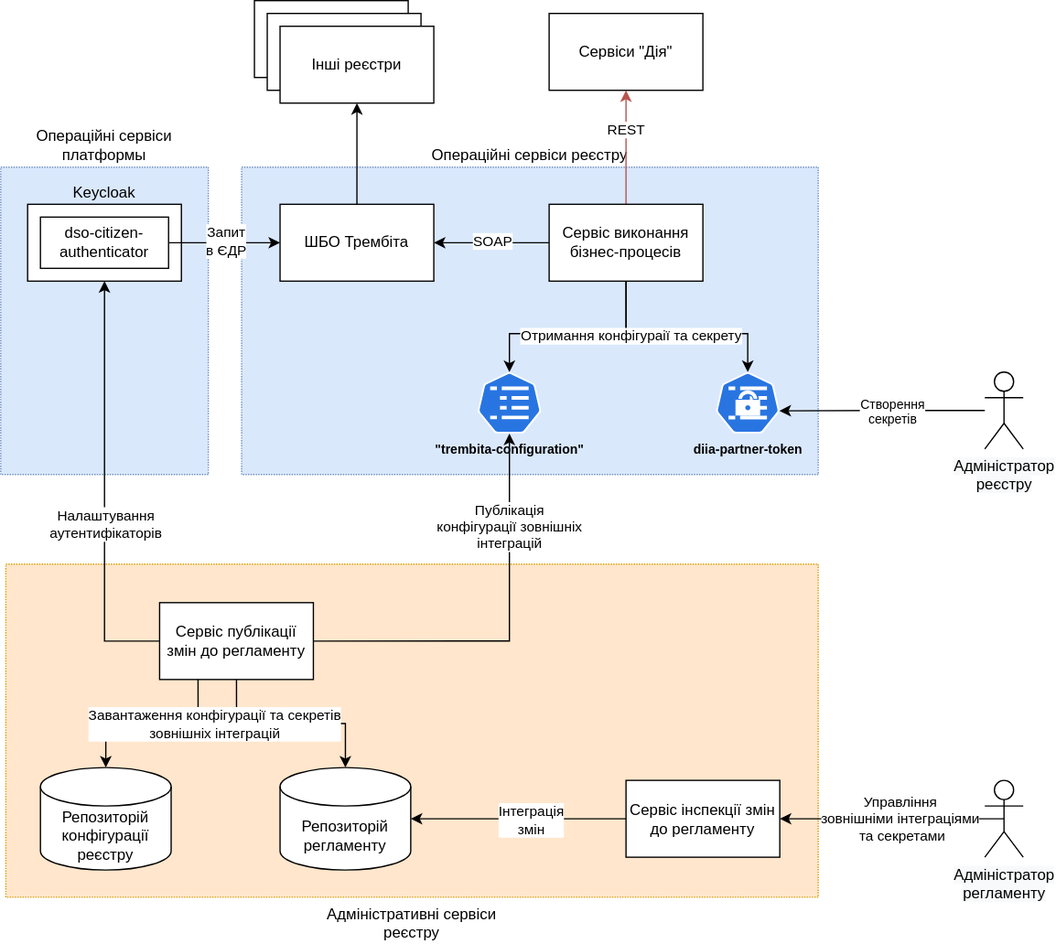
Earlier version of the draw.io export modules/tech/images/lowcode/registry-ext-systems-secrets-baseline.svg (epam/edp-ddm-architecture). Source tidied: cells renumbered, new cells last; positions are measured from the earlier drawing's top-left corner, leaving out a move shared by most shapes.
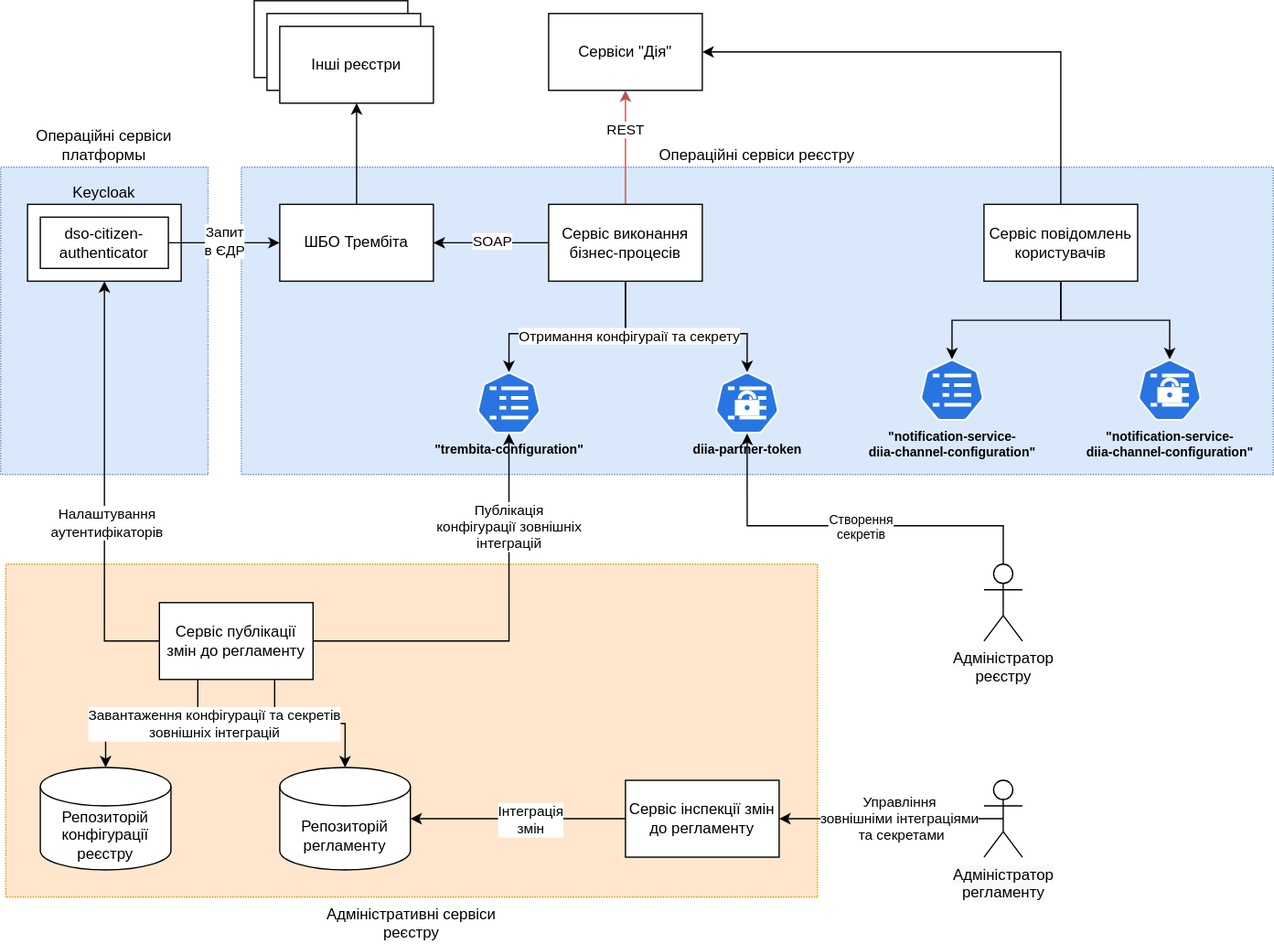
Above is the later version.

Commit message:
[MDTUDDM-4726] Managing registry external systems configuration and secrets

Change to the diagram source:
```diff
@@ -3,7 +3,7 @@
     <mxCell id="0" />
     <mxCell id="1" parent="0" />
     <mxCell id="2" value="Операційні сервіси реєстру" style="rounded=0;whiteSpace=wrap;html=1;dashed=1;labelPosition=center;verticalLabelPosition=top;align=center;verticalAlign=bottom;dashPattern=1 1;fillColor=#dae8fc;strokeColor=#6c8ebf;" parent="1" vertex="1">
-      <mxGeometry x="188" y="130" width="450" height="240" as="geometry" />
+      <mxGeometry x="188" y="130" width="806" height="240" as="geometry" />
     </mxCell>
     <mxCell id="3" style="edgeStyle=orthogonalEdgeStyle;rounded=0;jettySize=auto;html=1;entryX=0.5;entryY=0;entryDx=0;entryDy=0;entryPerimeter=0;exitX=0.5;exitY=1;exitDx=0;exitDy=0;" parent="1" edge="1" source="10" target="25">
       <mxGeometry relative="1" as="geometry">
@@ -48,7 +48,7 @@
     <mxCell id="11" value="&lt;span style=&quot;text-align: left;&quot;&gt;Адміністративні сервіси &lt;br&gt;реєстру&lt;/span&gt;" style="rounded=0;whiteSpace=wrap;html=1;dashed=1;labelPosition=center;verticalLabelPosition=bottom;align=center;verticalAlign=top;dashPattern=1 1;fillColor=#ffe6cc;strokeColor=#d79b00;" parent="1" vertex="1">
       <mxGeometry x="4" y="440" width="634" height="260" as="geometry" />
     </mxCell>
-    <mxCell id="12" style="edgeStyle=orthogonalEdgeStyle;rounded=0;jettySize=auto;html=1;entryX=0.5;entryY=0;entryDx=0;entryDy=0;entryPerimeter=0;exitX=0.5;exitY=1;exitDx=0;exitDy=0;" parent="1" edge="1" source="17" target="18">
+    <mxCell id="12" style="edgeStyle=orthogonalEdgeStyle;rounded=0;jettySize=auto;html=1;entryX=0.5;entryY=0;entryDx=0;entryDy=0;entryPerimeter=0;exitX=0.75;exitY=1;exitDx=0;exitDy=0;" parent="1" edge="1" source="17" target="18">
       <mxGeometry relative="1" as="geometry" />
     </mxCell>
     <mxCell id="13" style="edgeStyle=orthogonalEdgeStyle;rounded=0;jettySize=auto;html=1;entryX=0.5;entryY=0;entryDx=0;entryDy=0;entryPerimeter=0;exitX=0.25;exitY=1;exitDx=0;exitDy=0;" parent="1" edge="1" source="17" target="42">
@@ -120,8 +120,13 @@
     <mxCell id="33" value="&lt;b style=&quot;font-size: 10px;&quot;&gt;diia-partner-token&lt;/b&gt;" style="sketch=0;html=1;dashed=0;whitespace=wrap;fillColor=#2875E2;strokeColor=#ffffff;points=[[0.005,0.63,0],[0.1,0.2,0],[0.9,0.2,0],[0.5,0,0],[0.995,0.63,0],[0.72,0.99,0],[0.5,1,0],[0.28,0.99,0]];shape=mxgraph.kubernetes.icon;prIcon=secret;labelPosition=center;verticalLabelPosition=bottom;align=center;verticalAlign=top;fontSize=10;" parent="1" vertex="1">
       <mxGeometry x="558" y="290" width="50" height="48" as="geometry" />
     </mxCell>
-    <mxCell id="34" style="edgeStyle=orthogonalEdgeStyle;rounded=0;jettySize=auto;html=1;entryX=0.995;entryY=0.63;entryDx=0;entryDy=0;entryPerimeter=0;fontSize=10;" parent="1" edge="1" source="36" target="33">
-      <mxGeometry relative="1" as="geometry" />
+    <mxCell id="34" style="edgeStyle=orthogonalEdgeStyle;rounded=0;jettySize=auto;html=1;entryX=0.5;entryY=1;entryDx=0;entryDy=0;entryPerimeter=0;fontSize=10;" parent="1" edge="1" source="36" target="33">
+      <mxGeometry relative="1" as="geometry">
+        <Array as="points">
+          <mxPoint x="783" y="410" />
+          <mxPoint x="583" y="410" />
+        </Array>
+      </mxGeometry>
     </mxCell>
     <mxCell id="35" value="Створення &lt;br&gt;секретів" style="edgeLabel;html=1;align=center;verticalAlign=middle;fontSize=10;" parent="34" vertex="1">
       <mxGeometry x="-0.02" y="2" relative="1" as="geometry">
@@ -129,7 +134,7 @@
       </mxGeometry>
     </mxCell>
     <mxCell id="36" value="&lt;span style=&quot;background-color: rgb(248, 249, 250);&quot;&gt;Адміністратор&lt;/span&gt;&lt;br style=&quot;background-color: rgb(248, 249, 250);&quot;&gt;&lt;span style=&quot;background-color: rgb(248, 249, 250);&quot;&gt;реєстру&lt;/span&gt;" style="shape=umlActor;verticalLabelPosition=bottom;verticalAlign=top;html=1;outlineConnect=0;labelBackgroundColor=default;fontColor=default;" parent="1" vertex="1">
-      <mxGeometry x="768" y="290" width="30" height="60" as="geometry" />
+      <mxGeometry x="768" y="440" width="30" height="60" as="geometry" />
     </mxCell>
     <mxCell id="37" value="Операційні сервіси платформы" style="rounded=0;whiteSpace=wrap;html=1;dashed=1;labelPosition=center;verticalLabelPosition=top;align=center;verticalAlign=bottom;dashPattern=1 1;fillColor=#dae8fc;strokeColor=#6c8ebf;" parent="1" vertex="1">
       <mxGeometry y="130" width="162" height="240" as="geometry" />
@@ -161,5 +166,23 @@
     <mxCell id="44" value="Налаштування &lt;br&gt;аутентифікаторів" style="edgeLabel;html=1;align=center;verticalAlign=middle;" parent="43" vertex="1">
       <mxGeometry x="-0.17" y="-1" relative="1" as="geometry" />
     </mxCell>
+    <mxCell id="45" value="&lt;b&gt;&quot;notification-service-&lt;br&gt;diia-channel-configuration&quot;&lt;/b&gt;&lt;b style=&quot;font-size: 10px;&quot;&gt;&lt;br&gt;&lt;/b&gt;" style="sketch=0;html=1;dashed=0;whitespace=wrap;fillColor=#2875E2;strokeColor=#ffffff;points=[[0.005,0.63,0],[0.1,0.2,0],[0.9,0.2,0],[0.5,0,0],[0.995,0.63,0],[0.72,0.99,0],[0.5,1,0],[0.28,0.99,0]];shape=mxgraph.kubernetes.icon;prIcon=cm;dashPattern=1 1;labelPosition=center;verticalLabelPosition=bottom;align=center;verticalAlign=top;fontSize=10;" parent="1" vertex="1">
+      <mxGeometry x="718" y="280" width="50" height="48" as="geometry" />
+    </mxCell>
+    <mxCell id="46" value="&lt;b&gt;&quot;notification-service-&lt;br&gt;diia-channel-configuration&quot;&lt;/b&gt;&lt;b style=&quot;font-size: 10px;&quot;&gt;&lt;br&gt;&lt;/b&gt;" style="sketch=0;html=1;dashed=0;whitespace=wrap;fillColor=#2875E2;strokeColor=#ffffff;points=[[0.005,0.63,0],[0.1,0.2,0],[0.9,0.2,0],[0.5,0,0],[0.995,0.63,0],[0.72,0.99,0],[0.5,1,0],[0.28,0.99,0]];shape=mxgraph.kubernetes.icon;prIcon=secret;labelPosition=center;verticalLabelPosition=bottom;align=center;verticalAlign=top;fontSize=10;" parent="1" vertex="1">
+      <mxGeometry x="888" y="280" width="50" height="48" as="geometry" />
+    </mxCell>
+    <mxCell id="47" style="edgeStyle=orthogonalEdgeStyle;rounded=0;jettySize=auto;html=1;entryX=1;entryY=0.5;entryDx=0;entryDy=0;exitX=0.5;exitY=0;exitDx=0;exitDy=0;" parent="1" edge="1" source="50" target="32">
+      <mxGeometry relative="1" as="geometry" />
+    </mxCell>
+    <mxCell id="48" style="edgeStyle=orthogonalEdgeStyle;rounded=0;jettySize=auto;html=1;entryX=0.5;entryY=0;entryDx=0;entryDy=0;entryPerimeter=0;" parent="1" edge="1" source="50" target="45">
+      <mxGeometry relative="1" as="geometry" />
+    </mxCell>
+    <mxCell id="49" style="edgeStyle=orthogonalEdgeStyle;rounded=0;jettySize=auto;html=1;entryX=0.5;entryY=0;entryDx=0;entryDy=0;entryPerimeter=0;" parent="1" edge="1" source="50" target="46">
+      <mxGeometry relative="1" as="geometry" />
+    </mxCell>
+    <mxCell id="50" value="Сервіс повідомлень користувачів" style="rounded=0;whiteSpace=wrap;html=1;" parent="1" vertex="1">
+      <mxGeometry x="768" y="159" width="120" height="60" as="geometry" />
+    </mxCell>
   </root>
 </mxGraphModel>
```
